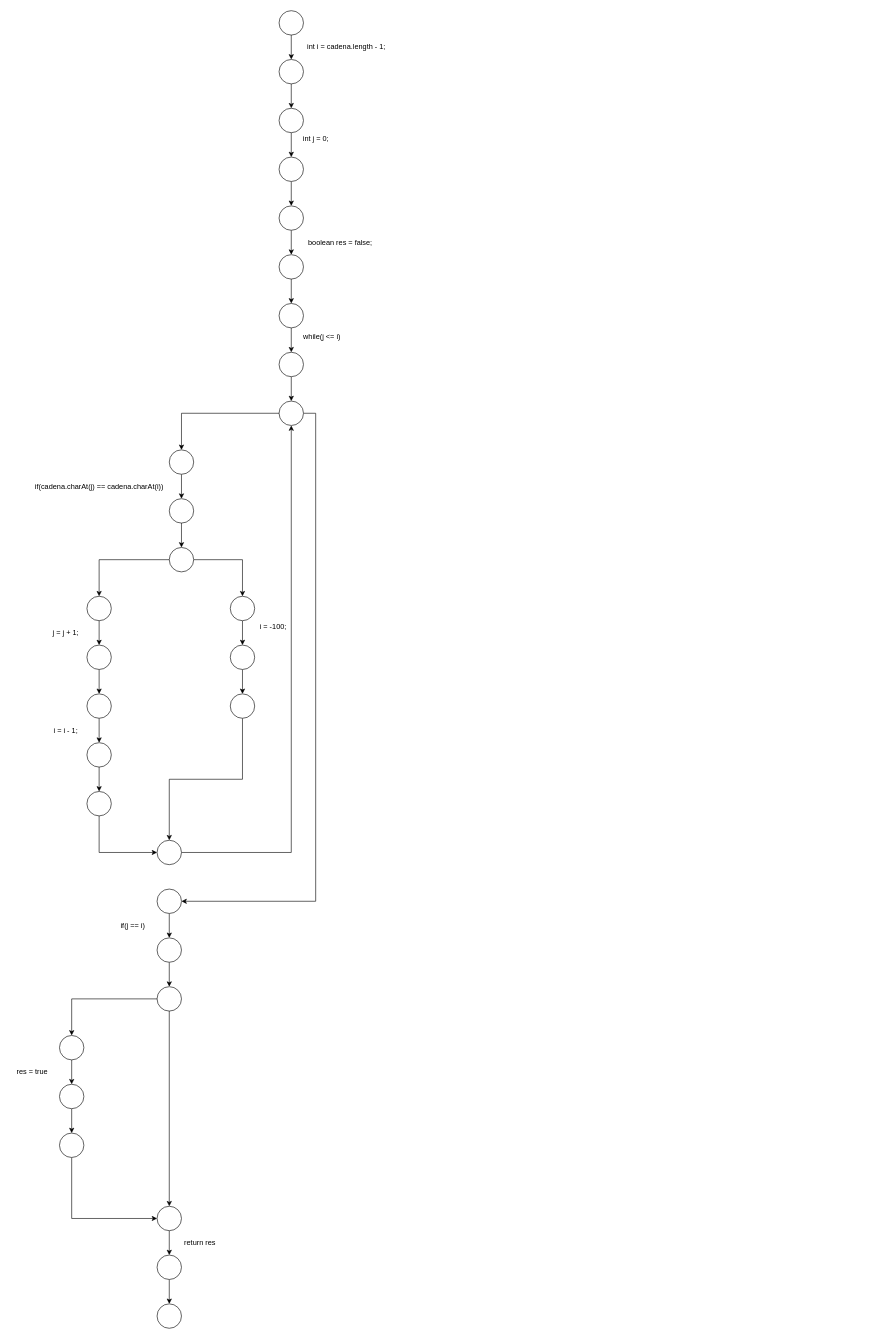
Earlier version of the draw.io diagram DiagramFlujoDeControl/funcionCapicua.drawio (Luchit0-afk/Diagramas). Source tidied: cells renumbered, new cells numbered last; positions are measured from the earlier drawing's top-left corner, leaving out a move shared by most shapes. Both pictures are drawn from the tidied source at 61%, with x=0, y=0 at pixel (10, 10).
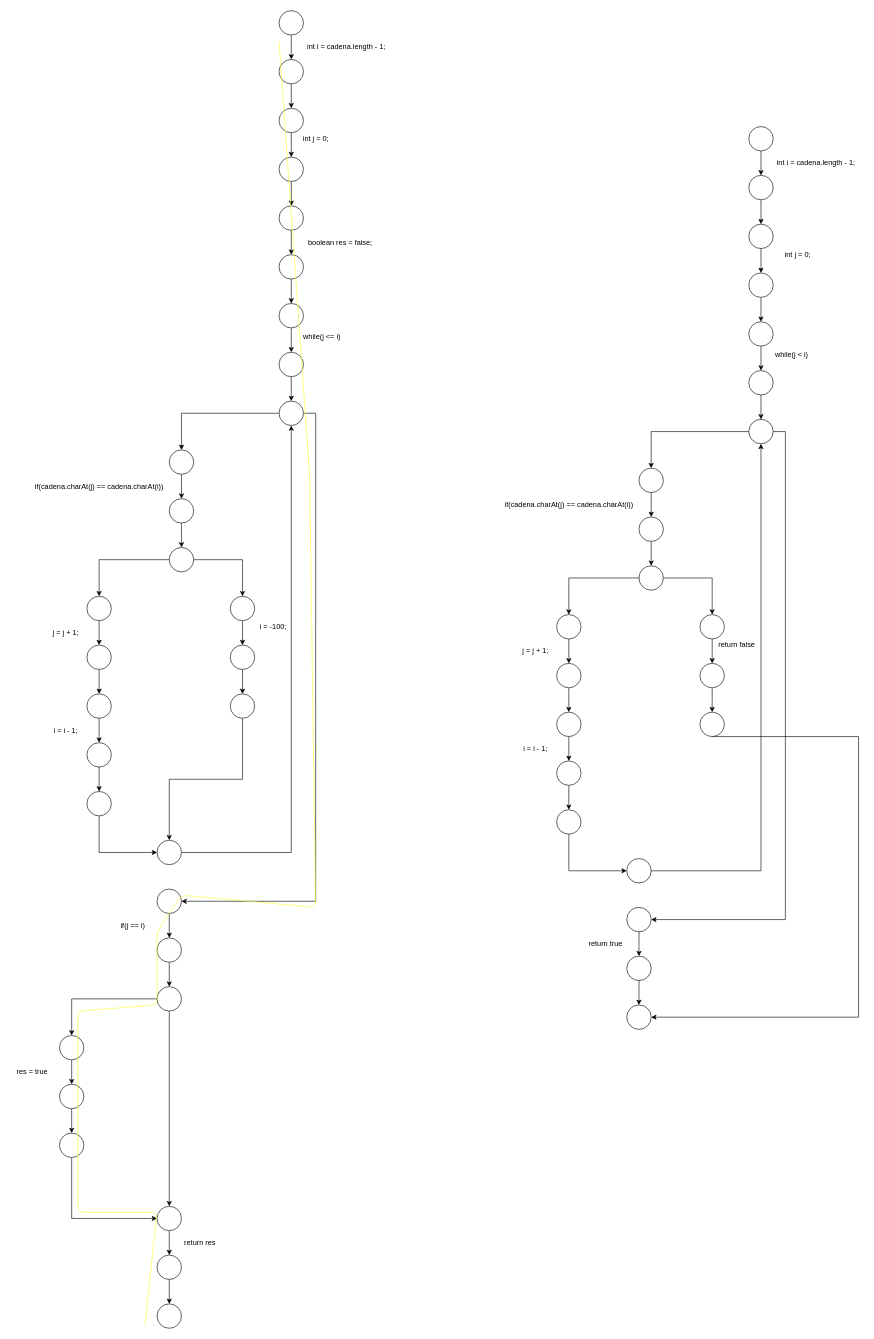
The same page after the edit.

The edit, as a diff of the source:
```diff
@@
+    <mxCell id="75" style="endArrow=none;html=1;strokeColor=#FFFF33;fillColor=#FF0000;" parent="1" edge="1">
+      <mxGeometry relative="1" as="geometry">
+        <mxPoint x="220" y="2154.6" as="sourcePoint" />
+        <mxPoint x="440" y="50" as="targetPoint" />
+        <Array as="points">
+          <mxPoint x="240" y="1970" />
+          <mxPoint x="110" y="1970" />
+          <mxPoint x="110" y="1800" />
+          <mxPoint x="110" y="1640" />
+          <mxPoint x="240" y="1630" />
+          <mxPoint x="240" y="1510" />
+          <mxPoint x="280" y="1450" />
+          <mxPoint x="500" y="1470" />
+          <mxPoint x="490" y="760" />
+        </Array>
+      </mxGeometry>
+    </mxCell>
+    <mxCell id="76" style="edgeStyle=orthogonalEdgeStyle;rounded=0;jettySize=auto;html=1;" parent="1" edge="1" source="77" target="79">
+      <mxGeometry relative="1" as="geometry" />
+    </mxCell>
+    <mxCell id="77" style="ellipse;whiteSpace=wrap;html=1;" parent="1" vertex="1">
+      <mxGeometry x="1210" y="190" width="40" height="40" as="geometry" />
+    </mxCell>
+    <mxCell id="78" style="edgeStyle=orthogonalEdgeStyle;rounded=0;jettySize=auto;html=1;" parent="1" edge="1" source="79" target="81">
+      <mxGeometry relative="1" as="geometry" />
+    </mxCell>
+    <mxCell id="79" style="ellipse;whiteSpace=wrap;html=1;" parent="1" vertex="1">
+      <mxGeometry x="1210" y="270" width="40" height="40" as="geometry" />
+    </mxCell>
+    <mxCell id="80" style="edgeStyle=orthogonalEdgeStyle;rounded=0;jettySize=auto;html=1;" parent="1" edge="1" source="81" target="83">
+      <mxGeometry relative="1" as="geometry" />
+    </mxCell>
+    <mxCell id="81" style="ellipse;whiteSpace=wrap;html=1;" parent="1" vertex="1">
+      <mxGeometry x="1210" y="350" width="40" height="40" as="geometry" />
+    </mxCell>
+    <mxCell id="82" style="edgeStyle=orthogonalEdgeStyle;rounded=0;jettySize=auto;html=1;" parent="1" edge="1" source="83" target="85">
+      <mxGeometry relative="1" as="geometry" />
+    </mxCell>
+    <mxCell id="83" style="ellipse;whiteSpace=wrap;html=1;" parent="1" vertex="1">
+      <mxGeometry x="1210" y="430" width="40" height="40" as="geometry" />
+    </mxCell>
+    <mxCell id="84" style="edgeStyle=orthogonalEdgeStyle;rounded=0;jettySize=auto;html=1;" parent="1" edge="1" source="85" target="87">
+      <mxGeometry relative="1" as="geometry" />
+    </mxCell>
+    <mxCell id="85" style="ellipse;whiteSpace=wrap;html=1;" parent="1" vertex="1">
+      <mxGeometry x="1210" y="510" width="40" height="40" as="geometry" />
+    </mxCell>
+    <mxCell id="86" style="edgeStyle=orthogonalEdgeStyle;rounded=0;jettySize=auto;html=1;" parent="1" edge="1" source="87" target="90">
+      <mxGeometry relative="1" as="geometry" />
+    </mxCell>
+    <mxCell id="87" style="ellipse;whiteSpace=wrap;html=1;" parent="1" vertex="1">
+      <mxGeometry x="1210" y="590" width="40" height="40" as="geometry" />
+    </mxCell>
+    <mxCell id="88" style="edgeStyle=orthogonalEdgeStyle;rounded=0;jettySize=auto;html=1;" parent="1" edge="1" source="90" target="92">
+      <mxGeometry relative="1" as="geometry" />
+    </mxCell>
+    <mxCell id="89" style="edgeStyle=orthogonalEdgeStyle;rounded=0;jettySize=auto;html=1;exitX=1;exitY=0.5;exitDx=0;exitDy=0;entryX=1;entryY=0.5;entryDx=0;entryDy=0;" parent="1" edge="1" source="90" target="124">
+      <mxGeometry relative="1" as="geometry" />
+    </mxCell>
+    <mxCell id="90" style="ellipse;whiteSpace=wrap;html=1;" parent="1" vertex="1">
+      <mxGeometry x="1210" y="670" width="40" height="40" as="geometry" />
+    </mxCell>
+    <mxCell id="91" style="edgeStyle=orthogonalEdgeStyle;rounded=0;jettySize=auto;html=1;" parent="1" edge="1" source="92" target="94">
+      <mxGeometry relative="1" as="geometry" />
+    </mxCell>
+    <mxCell id="92" style="ellipse;whiteSpace=wrap;html=1;" parent="1" vertex="1">
+      <mxGeometry x="1030" y="750" width="40" height="40" as="geometry" />
+    </mxCell>
+    <mxCell id="93" style="edgeStyle=orthogonalEdgeStyle;rounded=0;jettySize=auto;html=1;" parent="1" edge="1" source="94" target="97">
+      <mxGeometry relative="1" as="geometry" />
+    </mxCell>
+    <mxCell id="94" style="ellipse;whiteSpace=wrap;html=1;" parent="1" vertex="1">
+      <mxGeometry x="1030" y="830" width="40" height="40" as="geometry" />
+    </mxCell>
+    <mxCell id="95" style="edgeStyle=orthogonalEdgeStyle;rounded=0;jettySize=auto;html=1;" parent="1" edge="1" source="97" target="102">
+      <mxGeometry relative="1" as="geometry" />
+    </mxCell>
+    <mxCell id="96" style="edgeStyle=orthogonalEdgeStyle;rounded=0;jettySize=auto;html=1;exitX=1;exitY=0.5;exitDx=0;exitDy=0;" parent="1" edge="1" source="97" target="111">
+      <mxGeometry relative="1" as="geometry" />
+    </mxCell>
+    <mxCell id="97" style="ellipse;whiteSpace=wrap;html=1;" parent="1" vertex="1">
+      <mxGeometry x="1030" y="910" width="40" height="40" as="geometry" />
+    </mxCell>
+    <mxCell id="98" value="int i = cadena.length - 1;" style="text;html=1;align=center;verticalAlign=middle;strokeColor=none;" parent="1" vertex="1">
+      <mxGeometry x="1250" y="240" width="140" height="20" as="geometry" />
+    </mxCell>
+    <mxCell id="99" value="int j = 0;" style="text;html=1;align=center;verticalAlign=middle;strokeColor=none;" parent="1" vertex="1">
+      <mxGeometry x="1260" y="390" width="60" height="20" as="geometry" />
+    </mxCell>
+    <mxCell id="100" value="while(j &amp;lt; i)" style="text;html=1;align=center;verticalAlign=middle;strokeColor=none;" parent="1" vertex="1">
+      <mxGeometry x="1245" y="555" width="70" height="20" as="geometry" />
+    </mxCell>
+    <mxCell id="101" style="edgeStyle=orthogonalEdgeStyle;rounded=0;jettySize=auto;html=1;" parent="1" edge="1" source="102" target="104">
+      <mxGeometry relative="1" as="geometry" />
+    </mxCell>
+    <mxCell id="102" style="ellipse;whiteSpace=wrap;html=1;" parent="1" vertex="1">
+      <mxGeometry x="895" y="990" width="40" height="40" as="geometry" />
+    </mxCell>
+    <mxCell id="103" style="edgeStyle=orthogonalEdgeStyle;rounded=0;jettySize=auto;html=1;" parent="1" edge="1" source="104" target="106">
+      <mxGeometry relative="1" as="geometry" />
+    </mxCell>
+    <mxCell id="104" style="ellipse;whiteSpace=wrap;html=1;" parent="1" vertex="1">
+      <mxGeometry x="895" y="1070" width="40" height="40" as="geometry" />
+    </mxCell>
+    <mxCell id="105" style="edgeStyle=orthogonalEdgeStyle;rounded=0;jettySize=auto;html=1;" parent="1" edge="1" source="106" target="108">
+      <mxGeometry relative="1" as="geometry" />
+    </mxCell>
+    <mxCell id="106" style="ellipse;whiteSpace=wrap;html=1;" parent="1" vertex="1">
+      <mxGeometry x="895" y="1150" width="40" height="40" as="geometry" />
+    </mxCell>
+    <mxCell id="107" style="edgeStyle=orthogonalEdgeStyle;rounded=0;jettySize=auto;html=1;exitX=0.5;exitY=1;exitDx=0;exitDy=0;" parent="1" edge="1" source="108" target="119">
+      <mxGeometry relative="1" as="geometry" />
+    </mxCell>
+    <mxCell id="108" style="ellipse;whiteSpace=wrap;html=1;" parent="1" vertex="1">
+      <mxGeometry x="895" y="1230" width="40" height="40" as="geometry" />
+    </mxCell>
+    <mxCell id="109" value="if(cadena.charAt(j) == cadena.charAt(i))" style="text;html=1;align=center;verticalAlign=middle;strokeColor=none;" parent="1" vertex="1">
+      <mxGeometry x="800" y="800" width="230" height="20" as="geometry" />
+    </mxCell>
+    <mxCell id="110" style="edgeStyle=orthogonalEdgeStyle;rounded=0;jettySize=auto;html=1;" parent="1" edge="1" source="111" target="113">
+      <mxGeometry relative="1" as="geometry" />
+    </mxCell>
+    <mxCell id="111" style="ellipse;whiteSpace=wrap;html=1;" parent="1" vertex="1">
+      <mxGeometry x="1130" y="990" width="40" height="40" as="geometry" />
+    </mxCell>
+    <mxCell id="112" style="edgeStyle=orthogonalEdgeStyle;rounded=0;jettySize=auto;html=1;" parent="1" edge="1" source="113" target="115">
+      <mxGeometry relative="1" as="geometry" />
+    </mxCell>
+    <mxCell id="113" style="ellipse;whiteSpace=wrap;html=1;" parent="1" vertex="1">
+      <mxGeometry x="1130" y="1070" width="40" height="40" as="geometry" />
+    </mxCell>
+    <mxCell id="114" style="edgeStyle=orthogonalEdgeStyle;rounded=0;jettySize=auto;html=1;entryX=1;entryY=0.5;entryDx=0;entryDy=0;strokeColor=#000000;fillColor=#FF0000;" parent="1" edge="1" target="128">
+      <mxGeometry relative="1" as="geometry">
+        <mxPoint x="1150" y="1190" as="sourcePoint" />
+        <Array as="points">
+          <mxPoint x="1390" y="1190" />
+          <mxPoint x="1390" y="1650" />
+        </Array>
+      </mxGeometry>
+    </mxCell>
+    <mxCell id="115" style="ellipse;whiteSpace=wrap;html=1;" parent="1" vertex="1">
+      <mxGeometry x="1130" y="1150" width="40" height="40" as="geometry" />
+    </mxCell>
+    <mxCell id="116" value="j = j + 1;" style="text;html=1;align=center;verticalAlign=middle;strokeColor=none;" parent="1" vertex="1">
+      <mxGeometry x="830" y="1040" width="60" height="20" as="geometry" />
+    </mxCell>
+    <mxCell id="117" value="i = i - 1;" style="text;html=1;align=center;verticalAlign=middle;strokeColor=none;" parent="1" vertex="1">
+      <mxGeometry x="830" y="1200" width="60" height="20" as="geometry" />
+    </mxCell>
+    <mxCell id="118" style="edgeStyle=orthogonalEdgeStyle;rounded=0;jettySize=auto;html=1;exitX=0.5;exitY=1;exitDx=0;exitDy=0;entryX=0;entryY=0.5;entryDx=0;entryDy=0;" parent="1" edge="1" source="119" target="122">
+      <mxGeometry relative="1" as="geometry" />
+    </mxCell>
+    <mxCell id="119" style="ellipse;whiteSpace=wrap;html=1;" parent="1" vertex="1">
+      <mxGeometry x="895" y="1310" width="40" height="40" as="geometry" />
+    </mxCell>
+    <mxCell id="120" value="return false" style="text;html=1;align=center;verticalAlign=middle;strokeColor=none;" parent="1" vertex="1">
+      <mxGeometry x="1150" y="1030" width="80" height="20" as="geometry" />
+    </mxCell>
+    <mxCell id="121" style="edgeStyle=orthogonalEdgeStyle;rounded=0;jettySize=auto;html=1;exitX=1;exitY=0.5;exitDx=0;exitDy=0;" parent="1" edge="1" source="122" target="90">
+      <mxGeometry relative="1" as="geometry" />
+    </mxCell>
+    <mxCell id="122" style="ellipse;whiteSpace=wrap;html=1;" parent="1" vertex="1">
+      <mxGeometry x="1010" y="1390" width="40" height="40" as="geometry" />
+    </mxCell>
+    <mxCell id="123" style="edgeStyle=orthogonalEdgeStyle;rounded=0;jettySize=auto;html=1;" parent="1" edge="1" source="124">
+      <mxGeometry relative="1" as="geometry">
+        <mxPoint x="1030" y="1550" as="targetPoint" />
+      </mxGeometry>
+    </mxCell>
+    <mxCell id="124" style="ellipse;whiteSpace=wrap;html=1;" parent="1" vertex="1">
+      <mxGeometry x="1010" y="1470" width="40" height="40" as="geometry" />
+    </mxCell>
+    <mxCell id="125" value="return true" style="text;html=1;align=center;verticalAlign=middle;strokeColor=none;" parent="1" vertex="1">
+      <mxGeometry x="940" y="1520" width="70" height="20" as="geometry" />
+    </mxCell>
+    <mxCell id="126" style="edgeStyle=orthogonalEdgeStyle;rounded=0;jettySize=auto;html=1;strokeColor=#000000;fillColor=#FF0000;" parent="1" edge="1" source="127" target="128">
+      <mxGeometry relative="1" as="geometry" />
+    </mxCell>
+    <mxCell id="127" style="ellipse;whiteSpace=wrap;html=1;" parent="1" vertex="1">
+      <mxGeometry x="1010" y="1550" width="40" height="40" as="geometry" />
+    </mxCell>
+    <mxCell id="128" style="ellipse;whiteSpace=wrap;html=1;" parent="1" vertex="1">
+      <mxGeometry x="1010" y="1630" width="40" height="40" as="geometry" />
+    </mxCell>
```
